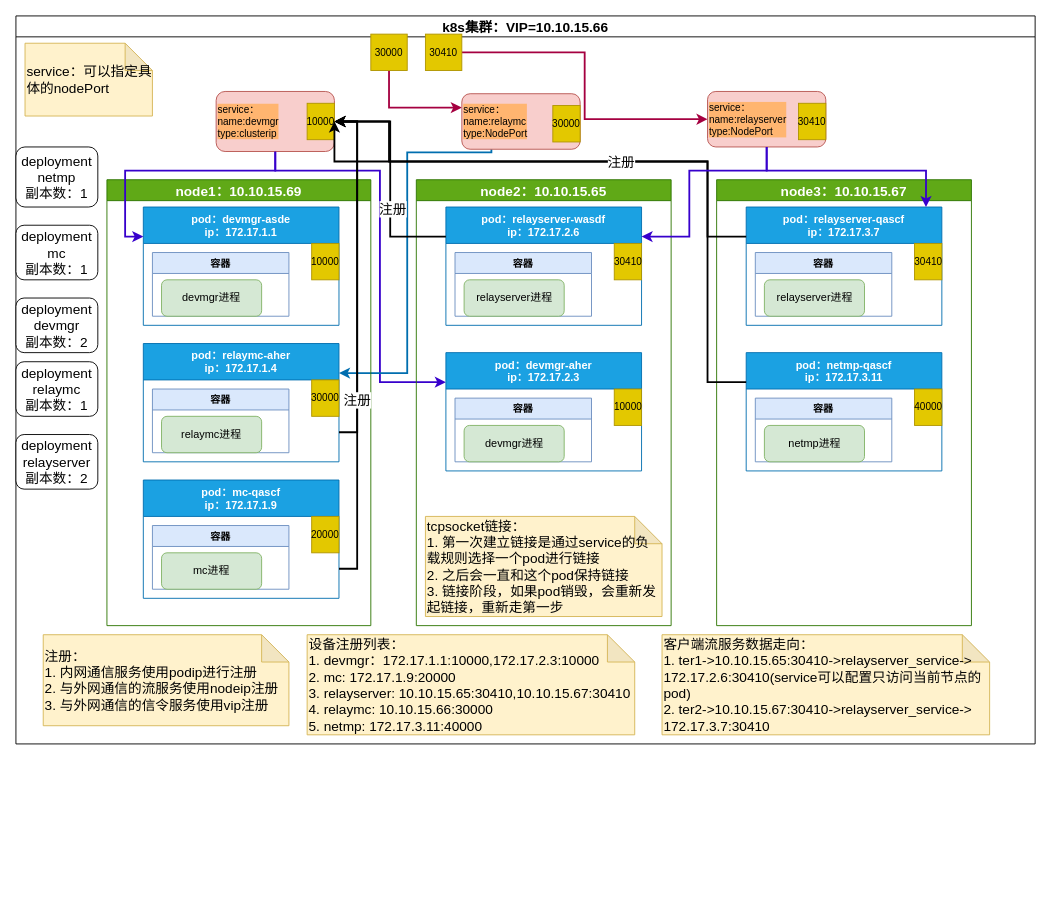
Sycjyy/myshare keeps this draw.io diagram as page "Page-3" (3 of 3) of Untitled Diagram.drawio. Above is the earlier version. Source tidied: cells renumbered, new cells numbered last; positions are measured from the earlier drawing's top-left corner, leaving out a move shared by most shapes. Both pictures are drawn from the tidied source at 91%, with x=0, y=0 at pixel (15, 15).
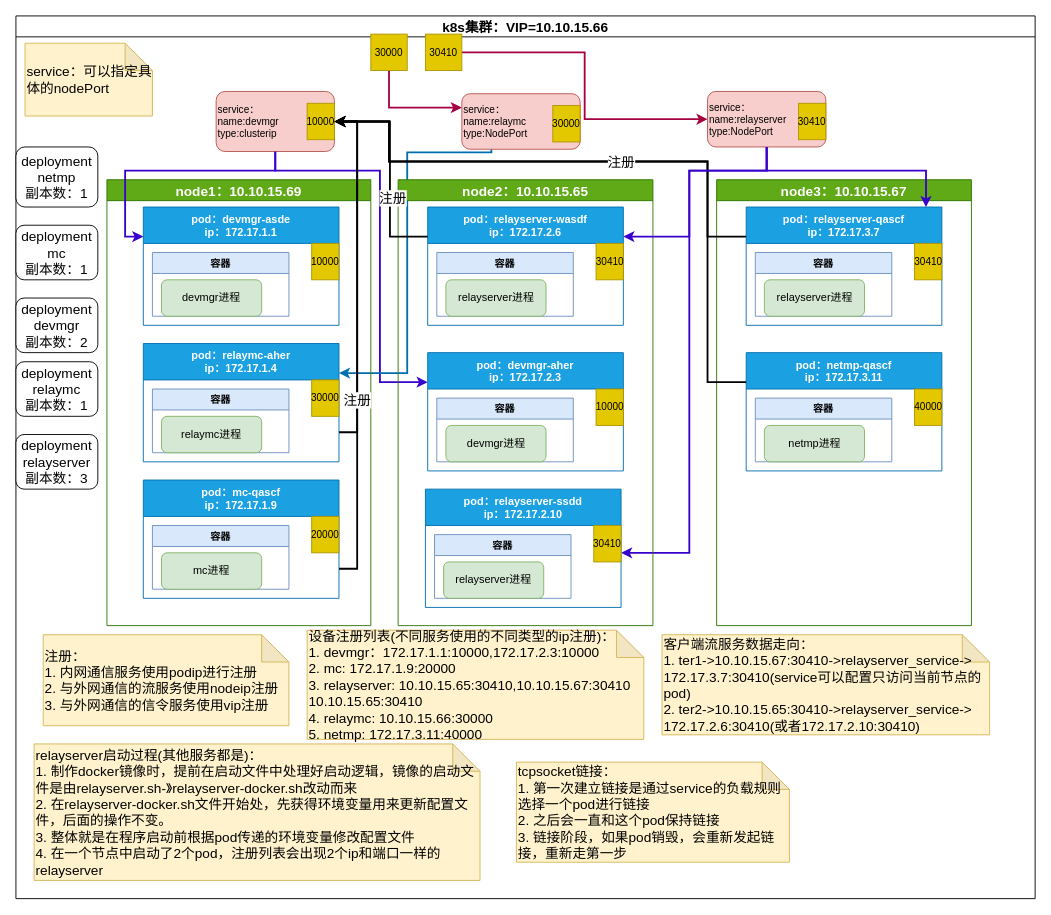
The same diagram, later.

Unchanged cells that the change refers to:
```xml
<mxCell id="9" value="&lt;span style=&quot;font-size: 11px&quot;&gt;10000&lt;/span&gt;" style="rounded=0;whiteSpace=wrap;html=1;align=center;verticalAlign=middle;fillColor=#e3c800;fontColor=#000000;strokeColor=#B09500;" parent="2" vertex="1">
  <mxGeometry x="320" y="96" width="30" height="40" as="geometry" />
</mxCell>
<mxCell id="37" value="pod：relayserver-wasdf&#10;ip：172.17.2.6" style="swimlane;align=center;verticalAlign=middle;startSize=40;fillColor=#1ba1e2;strokeColor=#006EAF;fontColor=#ffffff;" parent="32" vertex="1">
  <mxGeometry x="32.5" y="30" width="215" height="130" as="geometry" />
</mxCell>
<mxCell id="47" value="pod：netmp-qascf&#10;ip：172.17.3.11" style="swimlane;align=center;verticalAlign=middle;startSize=40;fillColor=#1ba1e2;strokeColor=#006EAF;fontColor=#ffffff;" parent="42" vertex="1">
  <mxGeometry x="32.5" y="190" width="215" height="130" as="geometry" />
</mxCell>
```

Change to the diagram source:
```diff
@@
     <mxCell id="2" value="k8s集群：VIP=10.10.15.66" style="swimlane;align=center;fontSize=15;labelBackgroundColor=none;" parent="1" vertex="1">
-      <mxGeometry width="1120" height="800" as="geometry" />
+      <mxGeometry width="1120" height="970" as="geometry" />
     </mxCell>
@@
-    <mxCell id="8" value="service：&lt;br&gt;name:devmgr&lt;br&gt;type:clusterip" style="rounded=1;whiteSpace=wrap;html=1;labelBackgroundColor=#FFB570;fontSize=11;align=left;verticalAlign=middle;fillColor=#f8cecc;strokeColor=#b85450;" parent="2" vertex="1">
+    <mxCell id="8" value="service：&lt;br&gt;name:devmgr&lt;br&gt;type:clusterip" style="rounded=1;whiteSpace=wrap;html=1;labelBackgroundColor=none;fontSize=11;align=left;verticalAlign=middle;fillColor=#f8cecc;strokeColor=#b85450;" parent="2" vertex="1">
       <mxGeometry x="220" y="83" width="130" height="66" as="geometry" />
     </mxCell>
@@
-    <mxCell id="13" value="service：&lt;br&gt;name:relaymc&lt;br&gt;type:NodePort" style="rounded=1;whiteSpace=wrap;html=1;labelBackgroundColor=#FFB570;fontSize=11;align=left;verticalAlign=middle;fillColor=#f8cecc;strokeColor=#b85450;" parent="2" vertex="1">
+    <mxCell id="13" value="service：&lt;br&gt;name:relaymc&lt;br&gt;type:NodePort" style="rounded=1;whiteSpace=wrap;html=1;labelBackgroundColor=none;fontSize=11;align=left;verticalAlign=middle;fillColor=#f8cecc;strokeColor=#b85450;" parent="2" vertex="1">
       <mxGeometry x="490" y="85.5" width="130" height="61" as="geometry" />
     </mxCell>
@@
-    <mxCell id="15" value="deployment&lt;br&gt;relayserver&lt;br&gt;副本数：2" style="rounded=1;whiteSpace=wrap;html=1;labelBackgroundColor=#FFFFFF;fontSize=15;align=center;verticalAlign=middle;" parent="2" vertex="1">
+    <mxCell id="15" value="deployment&lt;br&gt;relayserver&lt;br&gt;副本数：3" style="rounded=1;whiteSpace=wrap;html=1;labelBackgroundColor=#FFFFFF;fontSize=15;align=center;verticalAlign=middle;" parent="2" vertex="1">
       <mxGeometry y="460" width="90" height="60" as="geometry" />
     </mxCell>
+    <mxCell id="67" style="edgeStyle=orthogonalEdgeStyle;rounded=0;jettySize=auto;html=1;exitX=0.5;exitY=1;exitDx=0;exitDy=0;entryX=1;entryY=0.75;entryDx=0;entryDy=0;fontSize=15;strokeColor=#3700CC;strokeWidth=2;fillColor=#6a00ff;" parent="2" edge="1" source="16" target="69">
+      <mxGeometry relative="1" as="geometry">
+        <Array as="points">
+          <mxPoint x="825" y="170" />
+          <mxPoint x="740" y="170" />
+          <mxPoint x="740" y="590" />
+        </Array>
+      </mxGeometry>
+    </mxCell>
-    <mxCell id="16" value="service：&lt;br&gt;name:relayserver&lt;br&gt;type:NodePort" style="rounded=1;whiteSpace=wrap;html=1;labelBackgroundColor=#FFB570;fontSize=11;align=left;verticalAlign=middle;fillColor=#f8cecc;strokeColor=#b85450;" parent="2" vertex="1">
+    <mxCell id="16" value="service：&lt;br&gt;name:relayserver&lt;br&gt;type:NodePort" style="rounded=1;whiteSpace=wrap;html=1;labelBackgroundColor=none;fontSize=11;align=left;verticalAlign=middle;fillColor=#f8cecc;strokeColor=#b85450;" parent="2" vertex="1">
       <mxGeometry x="760" y="83" width="130" height="61" as="geometry" />
     </mxCell>
@@
     <mxCell id="32" value="node2：10.10.15.65" style="swimlane;labelBackgroundColor=none;fontSize=15;align=center;verticalAlign=middle;fillColor=#60a917;fontColor=#ffffff;strokeColor=#2D7600;" parent="2" vertex="1">
-      <mxGeometry x="440" y="180" width="280" height="490" as="geometry" />
+      <mxGeometry x="420" y="180" width="280" height="490" as="geometry" />
     </mxCell>
@@
-    <mxCell id="41" value="tcpsocket链接：&lt;br&gt;1. 第一次建立链接是通过service的负载规则选择一个pod进行链接&lt;br&gt;2. 之后会一直和这个pod保持链接&lt;br&gt;3. 链接阶段，如果pod销毁，会重新发起链接，重新走第一步" style="shape=note;whiteSpace=wrap;html=1;backgroundOutline=1;darkOpacity=0.05;labelBackgroundColor=none;fontSize=15;align=left;verticalAlign=middle;fillColor=#fff2cc;strokeColor=#d6b656;" parent="32" vertex="1">
-      <mxGeometry x="10" y="370" width="260" height="110" as="geometry" />
-    </mxCell>
+    <mxCell id="68" value="pod：relayserver-ssdd&#10;ip：172.17.2.10" style="swimlane;align=center;verticalAlign=middle;startSize=40;fillColor=#1ba1e2;strokeColor=#006EAF;fontColor=#ffffff;" parent="32" vertex="1">
+      <mxGeometry x="30" y="340" width="215" height="130" as="geometry" />
+    </mxCell>
+    <mxCell id="69" value="&lt;span style=&quot;font-size: 11px&quot;&gt;30410&lt;/span&gt;" style="rounded=0;whiteSpace=wrap;html=1;align=center;verticalAlign=middle;fillColor=#e3c800;fontColor=#000000;strokeColor=#B09500;" parent="68" vertex="1">
+      <mxGeometry x="185" y="40" width="30" height="40" as="geometry" />
+    </mxCell>
+    <mxCell id="70" value="容器" style="swimlane;labelBackgroundColor=none;fontSize=11;align=center;verticalAlign=middle;fillColor=#dae8fc;strokeColor=#6c8ebf;" parent="68" vertex="1">
+      <mxGeometry x="10" y="50" width="150" height="70" as="geometry" />
+    </mxCell>
+    <mxCell id="71" value="relayserver进程" style="rounded=1;whiteSpace=wrap;html=1;align=center;verticalAlign=middle;fillColor=#d5e8d4;strokeColor=#82b366;" parent="70" vertex="1">
+      <mxGeometry x="10" y="30" width="110" height="40" as="geometry" />
+    </mxCell>
@@
     <mxCell id="56" style="edgeStyle=orthogonalEdgeStyle;rounded=0;jettySize=auto;html=1;exitX=0;exitY=0.25;exitDx=0;exitDy=0;entryX=1;entryY=0.5;entryDx=0;entryDy=0;fontSize=15;strokeColor=#000000;strokeWidth=2;" parent="2" edge="1" source="37" target="9">
-      <mxGeometry relative="1" as="geometry" />
+      <mxGeometry relative="1" as="geometry">
+        <Array as="points">
+          <mxPoint x="411" y="243" />
+          <mxPoint x="411" y="116" />
+        </Array>
+      </mxGeometry>
     </mxCell>
@@
     <mxCell id="59" style="edgeStyle=orthogonalEdgeStyle;rounded=0;jettySize=auto;html=1;exitX=0;exitY=0.25;exitDx=0;exitDy=0;entryX=1;entryY=0.5;entryDx=0;entryDy=0;fontSize=15;strokeColor=#000000;strokeWidth=2;" parent="2" edge="1" source="47" target="9">
       <mxGeometry relative="1" as="geometry">
         <Array as="points">
           <mxPoint x="760" y="403" />
           <mxPoint x="760" y="160" />
-          <mxPoint x="350" y="160" />
+          <mxPoint x="410" y="160" />
+          <mxPoint x="410" y="116" />
         </Array>
       </mxGeometry>
     </mxCell>
@@
-    <mxCell id="65" value="设备注册列表：&lt;br&gt;1. devmgr：172.17.1.1:10000,172.17.2.3:10000&lt;br&gt;2. mc: 172.17.1.9:20000&lt;br&gt;3. relayserver: 10.10.15.65:30410,10.10.15.67:30410&lt;br&gt;4. relaymc: 10.10.15.66:30000&lt;br&gt;5. netmp: 172.17.3.11:40000" style="shape=note;whiteSpace=wrap;html=1;backgroundOutline=1;darkOpacity=0.05;labelBackgroundColor=none;fontSize=15;align=left;verticalAlign=middle;fillColor=#fff2cc;strokeColor=#d6b656;" parent="2" vertex="1">
-      <mxGeometry x="320" y="680" width="360" height="110" as="geometry" />
+    <mxCell id="65" value="设备注册列表(不同服务使用的不同类型的ip注册)：&lt;br&gt;1. devmgr：172.17.1.1:10000,172.17.2.3:10000&lt;br&gt;2. mc: 172.17.1.9:20000&lt;br&gt;3. relayserver: 10.10.15.65:30410,10.10.15.67:30410&lt;br&gt;10.10.15.65:30410&lt;br&gt;4. relaymc: 10.10.15.66:30000&lt;br&gt;5. netmp: 172.17.3.11:40000" style="shape=note;whiteSpace=wrap;html=1;backgroundOutline=1;darkOpacity=0.05;labelBackgroundColor=none;fontSize=15;align=left;verticalAlign=middle;fillColor=#fff2cc;strokeColor=#d6b656;" parent="2" vertex="1">
+      <mxGeometry x="320" y="675" width="370" height="120" as="geometry" />
     </mxCell>
-    <mxCell id="66" value="客户端流服务数据走向：&lt;br&gt;1. ter1-&amp;gt;10.10.15.65:30410-&amp;gt;relayserver_service-&amp;gt; 172.17.2.6:30410(service可以配置只访问当前节点的pod)&lt;br&gt;2. ter2-&amp;gt;10.10.15.67:30410-&amp;gt;relayserver_service-&amp;gt; 172.17.3.7:30410" style="shape=note;whiteSpace=wrap;html=1;backgroundOutline=1;darkOpacity=0.05;labelBackgroundColor=none;fontSize=15;align=left;verticalAlign=middle;fillColor=#fff2cc;strokeColor=#d6b656;" parent="2" vertex="1">
+    <mxCell id="66" value="客户端流服务数据走向：&lt;br&gt;1. ter1-&amp;gt;10.10.15.67:30410-&amp;gt;relayserver_service-&amp;gt; 172.17.3.7:30410(service可以配置只访问当前节点的pod)&lt;br&gt;2. ter2-&amp;gt;10.10.15.65:30410-&amp;gt;relayserver_service-&amp;gt; 172.17.2.6:30410(或者172.17.2.10:30410)" style="shape=note;whiteSpace=wrap;html=1;backgroundOutline=1;darkOpacity=0.05;labelBackgroundColor=none;fontSize=15;align=left;verticalAlign=middle;fillColor=#fff2cc;strokeColor=#d6b656;" parent="2" vertex="1">
       <mxGeometry x="710" y="680" width="360" height="110" as="geometry" />
     </mxCell>
+    <mxCell id="72" value="relayserver启动过程(其他服务都是)：&lt;br&gt;1. 制作docker镜像时，提前在启动文件中处理好启动逻辑，镜像的启动文件是由relayserver.sh-》relayserver-docker.sh改动而来&lt;br&gt;2. 在relayserver-docker.sh文件开始处，先获得环境变量用来更新配置文件，后面的操作不变。&lt;br&gt;3. 整体就是在程序启动前根据pod传递的环境变量修改配置文件&lt;br&gt;4. 在一个节点中启动了2个pod，注册列表会出现2个ip和端口一样的relayserver" style="shape=note;whiteSpace=wrap;html=1;backgroundOutline=1;darkOpacity=0.05;labelBackgroundColor=none;fontSize=15;align=left;verticalAlign=middle;fillColor=#fff2cc;strokeColor=#d6b656;" parent="2" vertex="1">
+      <mxGeometry x="20" y="800" width="490" height="150" as="geometry" />
+    </mxCell>
+    <mxCell id="41" value="tcpsocket链接：&lt;br&gt;1. 第一次建立链接是通过service的负载规则选择一个pod进行链接&lt;br&gt;2. 之后会一直和这个pod保持链接&lt;br&gt;3. 链接阶段，如果pod销毁，会重新发起链接，重新走第一步" style="shape=note;whiteSpace=wrap;html=1;backgroundOutline=1;darkOpacity=0.05;labelBackgroundColor=none;fontSize=15;align=left;verticalAlign=middle;fillColor=#fff2cc;strokeColor=#d6b656;" parent="2" vertex="1">
+      <mxGeometry x="550" y="820" width="300" height="110" as="geometry" />
+    </mxCell>
```
